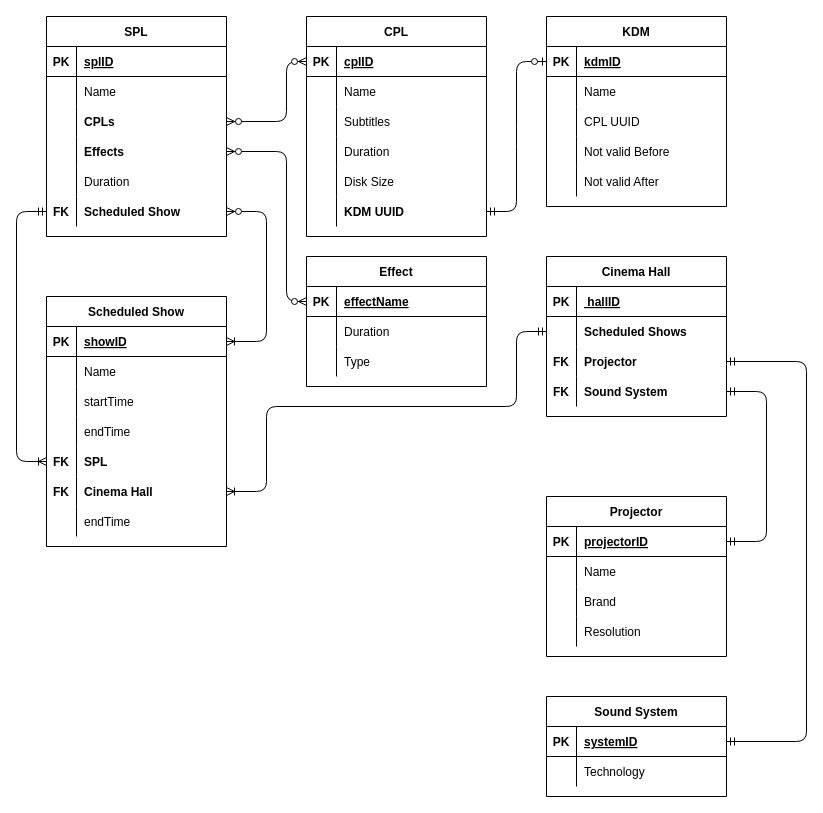
Earlier version of the draw.io diagram Untitled Diagram.drawio (John15321/CinemaManagementSystem). Source tidied: cells renumbered, new cells numbered last; positions are measured from the earlier drawing's top-left corner, leaving out a move shared by most shapes. Both pictures are drawn from the tidied source at 100%, with x=0, y=0 at pixel (16, 16).
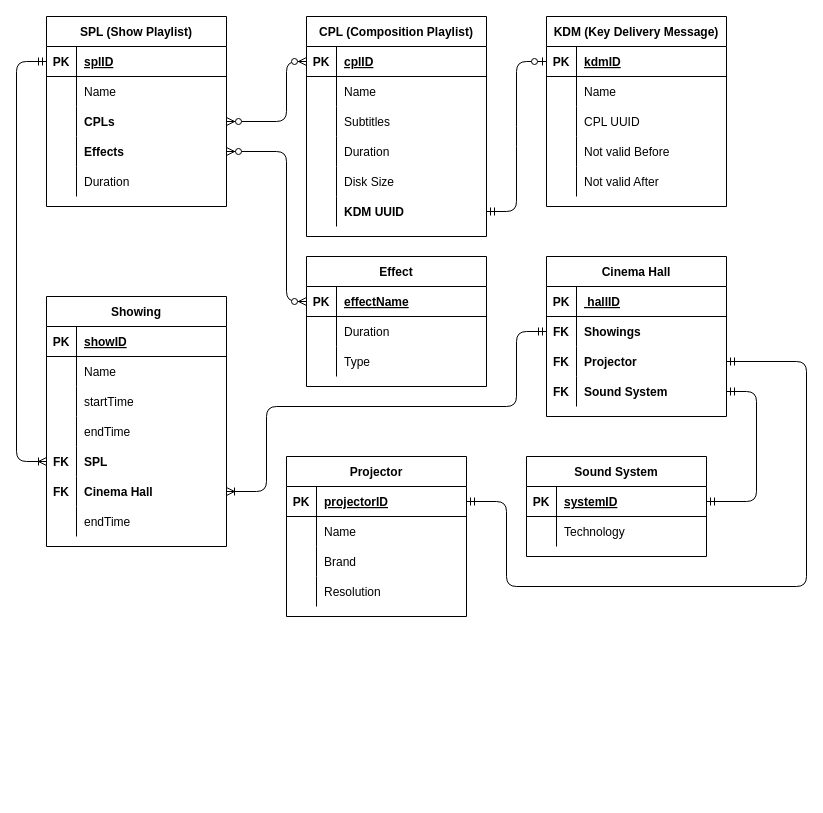
After the change.

Commit message:
fixed bad connections

The change refers to these unchanged cells:
```xml
<mxCell id="38" style="shape=partialRectangle;fillColor=none;top=0;left=0;bottom=1;right=0;points=[[0,0.5],[1,0.5]];portConstraint=eastwest;" parent="37" vertex="1">
  <mxGeometry y="30" width="180" height="30" as="geometry" />
</mxCell>
<mxCell id="70" style="shape=partialRectangle;fillColor=none;top=0;left=0;bottom=1;right=0;points=[[0,0.5],[1,0.5]];portConstraint=eastwest;" parent="69" vertex="1">
  <mxGeometry y="30" width="180" height="30" as="geometry" />
</mxCell>
<mxCell id="82" style="shape=partialRectangle;fillColor=none;top=0;left=0;bottom=0;right=0;points=[[0,0.5],[1,0.5]];portConstraint=eastwest;" parent="69" vertex="1">
  <mxGeometry y="150" width="180" height="30" as="geometry" />
</mxCell>
<mxCell id="97" style="shape=partialRectangle;fillColor=none;top=0;left=0;bottom=0;right=0;points=[[0,0.5],[1,0.5]];portConstraint=eastwest;" parent="93" vertex="1">
  <mxGeometry y="60" width="180" height="30" as="geometry" />
</mxCell>
<mxCell id="100" style="shape=partialRectangle;fillColor=none;top=0;left=0;bottom=0;right=0;points=[[0,0.5],[1,0.5]];portConstraint=eastwest;" parent="93" vertex="1">
  <mxGeometry y="90" width="180" height="30" as="geometry" />
</mxCell>
<mxCell id="103" style="shape=partialRectangle;fillColor=none;top=0;left=0;bottom=0;right=0;points=[[0,0.5],[1,0.5]];portConstraint=eastwest;" parent="93" vertex="1">
  <mxGeometry y="120" width="180" height="30" as="geometry" />
</mxCell>
<mxCell id="108" style="shape=partialRectangle;fillColor=none;top=0;left=0;bottom=1;right=0;points=[[0,0.5],[1,0.5]];portConstraint=eastwest;" parent="107" vertex="1">
  <mxGeometry y="30" width="180" height="30" as="geometry" />
</mxCell>
<mxCell id="115" style="shape=partialRectangle;fillColor=none;top=0;left=0;bottom=1;right=0;points=[[0,0.5],[1,0.5]];portConstraint=eastwest;" parent="114" vertex="1">
  <mxGeometry y="30" width="180" height="30" as="geometry" />
</mxCell>
```

Change to the diagram source:
```diff
@@
-    <mxCell id="2" value="CPL" style="shape=table;startSize=30;childLayout=tableLayout;rowLines=0;fontStyle=1;align=center;" parent="1" vertex="1">
+    <mxCell id="2" value="CPL (Composition Playlist)" style="shape=table;startSize=30;childLayout=tableLayout;rowLines=0;fontStyle=1;align=center;" parent="1" vertex="1">
       <mxGeometry x="290" width="180" height="220" as="geometry" />
     </mxCell>
@@
-    <mxCell id="21" value="KDM" style="shape=table;startSize=30;childLayout=tableLayout;rowLines=0;fontStyle=1;align=center;" parent="1" vertex="1">
+    <mxCell id="21" value="KDM (Key Delivery Message)" style="shape=table;startSize=30;childLayout=tableLayout;rowLines=0;fontStyle=1;align=center;" parent="1" vertex="1">
       <mxGeometry x="530" width="180" height="190" as="geometry" />
     </mxCell>
@@
-    <mxCell id="37" value="SPL" style="shape=table;startSize=30;childLayout=tableLayout;rowLines=0;fontStyle=1;align=center;" parent="1" vertex="1">
-      <mxGeometry x="30" width="180" height="220" as="geometry" />
+    <mxCell id="37" value="SPL (Show Playlist)" style="shape=table;startSize=30;childLayout=tableLayout;rowLines=0;fontStyle=1;align=center;" parent="1" vertex="1">
+      <mxGeometry x="30" width="180" height="190" as="geometry" />
     </mxCell>
@@
-    <mxCell id="53" style="shape=partialRectangle;fillColor=none;top=0;left=0;bottom=0;right=0;points=[[0,0.5],[1,0.5]];portConstraint=eastwest;" parent="37" vertex="1">
-      <mxGeometry y="180" width="180" height="30" as="geometry" />
-    </mxCell>
-    <mxCell id="54" value="FK" style="shape=partialRectangle;fillColor=none;top=0;left=0;bottom=0;right=0;overflow=hidden;fontStyle=1;" parent="53" vertex="1">
-      <mxGeometry width="30" height="30" as="geometry" />
-    </mxCell>
-    <mxCell id="55" value="Scheduled Show" style="shape=partialRectangle;fillColor=none;top=0;left=0;bottom=0;right=0;align=left;spacingLeft=6;overflow=hidden;fontStyle=1;" parent="53" vertex="1">
-      <mxGeometry x="30" width="150" height="30" as="geometry" />
-    </mxCell>
@@
-    <mxCell id="69" value="Scheduled Show" style="shape=table;startSize=30;childLayout=tableLayout;rowLines=0;fontStyle=1;align=center;" parent="1" vertex="1">
+    <mxCell id="69" value="Showing" style="shape=table;startSize=30;childLayout=tableLayout;rowLines=0;fontStyle=1;align=center;" parent="1" vertex="1">
       <mxGeometry x="30" y="280" width="180" height="250" as="geometry" />
     </mxCell>
@@
-    <mxCell id="91" style="edgeStyle=orthogonalEdgeStyle;fontSize=12;html=1;endArrow=ERoneToMany;startArrow=ERzeroToMany;exitX=1;exitY=0.5;exitDx=0;exitDy=0;entryX=1;entryY=0.5;entryDx=0;entryDy=0;" parent="1" edge="1" source="53" target="70">
-      <mxGeometry relative="1" as="geometry">
-        <Array as="points">
-          <mxPoint x="250" y="195" />
-          <mxPoint x="250" y="325" />
-        </Array>
-      </mxGeometry>
-    </mxCell>
-    <mxCell id="92" style="edgeStyle=orthogonalEdgeStyle;fontSize=12;html=1;endArrow=ERoneToMany;startArrow=ERmandOne;exitX=0;exitY=0.5;exitDx=0;exitDy=0;entryX=0;entryY=0.5;entryDx=0;entryDy=0;" parent="1" edge="1" source="53" target="82">
+    <mxCell id="92" style="edgeStyle=orthogonalEdgeStyle;fontSize=12;html=1;endArrow=ERoneToMany;startArrow=ERmandOne;entryX=0;entryY=0.5;entryDx=0;entryDy=0;exitX=0;exitY=0.5;exitDx=0;exitDy=0;" parent="1" edge="1" source="38" target="82">
       <mxGeometry relative="1" as="geometry">
         <Array as="points">
-          <mxPoint y="195" />
+          <mxPoint y="45" />
           <mxPoint y="445" />
         </Array>
       </mxGeometry>
     </mxCell>
@@
-    <mxCell id="98" style="shape=partialRectangle;fillColor=none;top=0;left=0;bottom=0;right=0;overflow=hidden;" parent="97" vertex="1">
+    <mxCell id="98" value="FK" style="shape=partialRectangle;fillColor=none;top=0;left=0;bottom=0;right=0;overflow=hidden;fontStyle=1;" parent="97" vertex="1">
       <mxGeometry width="30" height="30" as="geometry" />
     </mxCell>
-    <mxCell id="99" value="Scheduled Shows" style="shape=partialRectangle;fillColor=none;top=0;left=0;bottom=0;right=0;align=left;spacingLeft=6;overflow=hidden;fontStyle=1;" parent="97" vertex="1">
+    <mxCell id="99" value="Showings" style="shape=partialRectangle;fillColor=none;top=0;left=0;bottom=0;right=0;align=left;spacingLeft=6;overflow=hidden;fontStyle=1;" parent="97" vertex="1">
       <mxGeometry x="30" width="150" height="30" as="geometry" />
     </mxCell>
@@
     <mxCell id="107" value="Sound System" style="shape=table;startSize=30;childLayout=tableLayout;rowLines=0;fontStyle=1;align=center;" parent="1" vertex="1">
-      <mxGeometry x="530" y="680" width="180" height="100" as="geometry" />
+      <mxGeometry x="510" y="440" width="180" height="100" as="geometry" />
     </mxCell>
@@
     <mxCell id="114" value="Projector" style="shape=table;startSize=30;childLayout=tableLayout;rowLines=0;fontStyle=1;align=center;" parent="1" vertex="1">
-      <mxGeometry x="530" y="480" width="180" height="160" as="geometry" />
+      <mxGeometry x="270" y="440" width="180" height="160" as="geometry" />
     </mxCell>
@@
-    <mxCell id="127" style="edgeStyle=orthogonalEdgeStyle;fontSize=12;html=1;endArrow=ERmandOne;startArrow=ERmandOne;entryX=1;entryY=0.5;entryDx=0;entryDy=0;exitX=1;exitY=0.5;exitDx=0;exitDy=0;" parent="1" edge="1" source="115" target="103">
-      <mxGeometry relative="1" as="geometry">
-        <Array as="points">
-          <mxPoint x="750" y="525" />
-          <mxPoint x="750" y="375" />
-        </Array>
-      </mxGeometry>
-    </mxCell>
-    <mxCell id="128" style="edgeStyle=orthogonalEdgeStyle;fontSize=12;html=1;endArrow=ERmandOne;startArrow=ERmandOne;entryX=1;entryY=0.5;entryDx=0;entryDy=0;exitX=1;exitY=0.5;exitDx=0;exitDy=0;" parent="1" edge="1" source="108" target="100">
-      <mxGeometry relative="1" as="geometry">
-        <Array as="points">
-          <mxPoint x="790" y="725" />
-          <mxPoint x="790" y="345" />
-        </Array>
-      </mxGeometry>
-    </mxCell>
+    <mxCell id="129" style="edgeStyle=orthogonalEdgeStyle;fontSize=12;html=1;endArrow=ERmandOne;startArrow=ERmandOne;entryX=1;entryY=0.5;entryDx=0;entryDy=0;exitX=1;exitY=0.5;exitDx=0;exitDy=0;" parent="1" edge="1" source="108" target="103">
+      <mxGeometry relative="1" as="geometry">
+        <Array as="points">
+          <mxPoint x="740" y="485" />
+          <mxPoint x="740" y="375" />
+        </Array>
+      </mxGeometry>
+    </mxCell>
+    <mxCell id="130" style="edgeStyle=orthogonalEdgeStyle;fontSize=12;html=1;endArrow=ERmandOne;startArrow=ERmandOne;entryX=1;entryY=0.5;entryDx=0;entryDy=0;exitX=1;exitY=0.5;exitDx=0;exitDy=0;" parent="1" edge="1" source="115" target="100">
+      <mxGeometry relative="1" as="geometry">
+        <Array as="points">
+          <mxPoint x="490" y="485" />
+          <mxPoint x="490" y="570" />
+          <mxPoint x="790" y="570" />
+          <mxPoint x="790" y="345" />
+        </Array>
+      </mxGeometry>
+    </mxCell>
```
